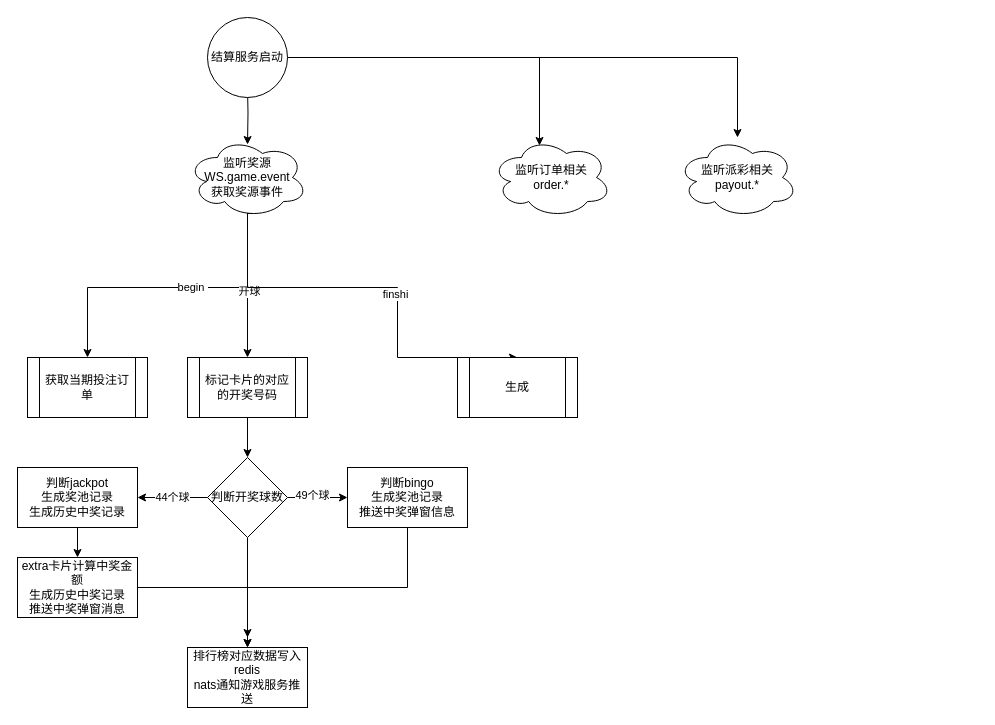
Earlier version of the draw.io diagram page "第 2 页" (2 of 2) of settle_distribute.drawio (bobgo0912/draw). Source tidied: cells renumbered, new cells numbered last; positions are measured from the earlier drawing's top-left corner, leaving out a move shared by most shapes. Both pictures are drawn from the tidied source at 100%, with x=0, y=0 at pixel (17, 17).
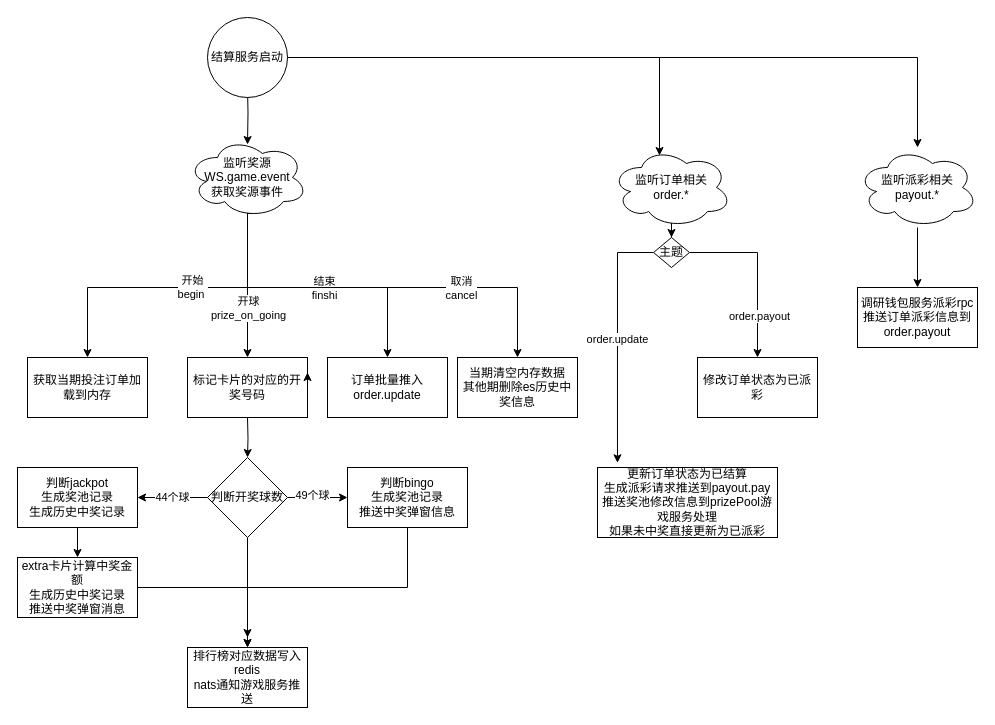
The same diagram, later.

Unchanged cells that the change refers to:
```xml
<mxCell id="3" style="edgeStyle=orthogonalEdgeStyle;rounded=0;jettySize=auto;html=1;entryX=0.5;entryY=0;entryDx=0;entryDy=0;" parent="1" edge="1" source="14" target="7">
  <mxGeometry relative="1" as="geometry" />
</mxCell>
<mxCell id="11" value="结算服务启动" style="ellipse;whiteSpace=wrap;html=1;" parent="1" vertex="1">
  <mxGeometry x="190" width="80" height="80" as="geometry" />
</mxCell>
<mxCell id="14" value="监听奖源&lt;br&gt;WS.game.event&lt;br style=&quot;border-color: var(--border-color);&quot;&gt;获取奖源事件" style="ellipse;shape=cloud;whiteSpace=wrap;html=1;" parent="1" vertex="1">
  <mxGeometry x="170" y="120" width="120" height="80" as="geometry" />
</mxCell>
<mxCell id="20" value="判断开奖球数" style="rhombus;whiteSpace=wrap;html=1;" parent="1" vertex="1">
  <mxGeometry x="190" y="440" width="80" height="80" as="geometry" />
</mxCell>
```

Change to the diagram source:
```diff
@@
-    <mxCell id="2" value="begin&amp;nbsp;" style="edgeStyle=orthogonalEdgeStyle;rounded=0;jettySize=auto;html=1;entryX=0.5;entryY=0;entryDx=0;entryDy=0;exitX=0.55;exitY=0.95;exitDx=0;exitDy=0;exitPerimeter=0;" parent="1" edge="1" source="14" target="5">
+    <mxCell id="2" value="开始&lt;br&gt;begin&amp;nbsp;" style="edgeStyle=orthogonalEdgeStyle;rounded=0;jettySize=auto;html=1;entryX=0.5;entryY=0;entryDx=0;entryDy=0;exitX=0.55;exitY=0.95;exitDx=0;exitDy=0;exitPerimeter=0;" parent="1" edge="1" source="14" target="40">
       <mxGeometry relative="1" as="geometry">
         <Array as="points">
           <mxPoint x="230" y="176" />
           <mxPoint x="230" y="270" />
           <mxPoint x="70" y="270" />
           <mxPoint x="70" y="390" />
         </Array>
       </mxGeometry>
     </mxCell>
@@
-    <mxCell id="4" value="开球" style="edgeLabel;html=1;align=center;verticalAlign=middle;" parent="3" vertex="1">
-      <mxGeometry x="0.04" y="1" relative="1" as="geometry" />
+    <mxCell id="4" value="开球&lt;br&gt;prize_on_going" style="edgeLabel;html=1;align=center;verticalAlign=middle;" parent="3" vertex="1">
+      <mxGeometry x="0.04" y="1" relative="1" as="geometry">
+        <mxPoint x="-1" y="17" as="offset" />
+      </mxGeometry>
     </mxCell>
-    <mxCell id="5" value="获取当期投注订单" style="shape=process;whiteSpace=wrap;html=1;backgroundOutline=1;" parent="1" vertex="1">
-      <mxGeometry x="10" y="340" width="120" height="60" as="geometry" />
-    </mxCell>
-    <mxCell id="6" style="edgeStyle=orthogonalEdgeStyle;rounded=0;jettySize=auto;html=1;" parent="1" edge="1" source="7" target="20">
-      <mxGeometry relative="1" as="geometry" />
+    <mxCell id="6" style="edgeStyle=orthogonalEdgeStyle;rounded=0;jettySize=auto;html=1;" parent="1" edge="1" target="20">
+      <mxGeometry relative="1" as="geometry">
+        <mxPoint x="230" y="400" as="sourcePoint" />
+      </mxGeometry>
     </mxCell>
-    <mxCell id="7" value="标记卡片的对应的开奖号码" style="shape=process;whiteSpace=wrap;html=1;backgroundOutline=1;" parent="1" vertex="1">
-      <mxGeometry x="170" y="340" width="120" height="60" as="geometry" />
-    </mxCell>
@@
     <mxCell id="10" style="edgeStyle=orthogonalEdgeStyle;rounded=0;jettySize=auto;html=1;" parent="1" edge="1" source="11" target="29">
-      <mxGeometry relative="1" as="geometry" />
+      <mxGeometry relative="1" as="geometry">
+        <Array as="points">
+          <mxPoint x="900" y="40" />
+        </Array>
+      </mxGeometry>
     </mxCell>
@@
-    <mxCell id="12" style="edgeStyle=orthogonalEdgeStyle;rounded=0;jettySize=auto;html=1;entryX=0.5;entryY=0;entryDx=0;entryDy=0;" parent="1" edge="1" source="14" target="15">
-      <mxGeometry relative="1" as="geometry">
-        <Array as="points">
-          <mxPoint x="230" y="270" />
-          <mxPoint x="380" y="270" />
-        </Array>
-      </mxGeometry>
-    </mxCell>
-    <mxCell id="13" value="finshi" style="edgeLabel;html=1;align=center;verticalAlign=middle;" parent="12" vertex="1">
-      <mxGeometry x="0.1" y="-3" relative="1" as="geometry" />
-    </mxCell>
+    <mxCell id="30" style="edgeStyle=orthogonalEdgeStyle;rounded=0;jettySize=auto;html=1;" parent="1" edge="1" source="14" target="41">
+      <mxGeometry relative="1" as="geometry">
+        <Array as="points">
+          <mxPoint x="230" y="270" />
+          <mxPoint x="370" y="270" />
+        </Array>
+      </mxGeometry>
+    </mxCell>
+    <mxCell id="31" value="结束&lt;br&gt;finshi" style="edgeLabel;html=1;align=center;verticalAlign=middle;" parent="30" vertex="1">
+      <mxGeometry x="0.04" relative="1" as="geometry" />
+    </mxCell>
+    <mxCell id="32" style="edgeStyle=orthogonalEdgeStyle;rounded=0;jettySize=auto;html=1;" parent="1" edge="1" source="14" target="46">
+      <mxGeometry relative="1" as="geometry">
+        <Array as="points">
+          <mxPoint x="230" y="270" />
+          <mxPoint x="500" y="270" />
+        </Array>
+      </mxGeometry>
+    </mxCell>
+    <mxCell id="33" value="取消&lt;br&gt;cancel" style="edgeLabel;html=1;align=center;verticalAlign=middle;" parent="32" vertex="1">
+      <mxGeometry x="0.38" relative="1" as="geometry" />
+    </mxCell>
@@
-    <mxCell id="15" value="生成" style="shape=process;whiteSpace=wrap;html=1;backgroundOutline=1;" parent="1" vertex="1">
-      <mxGeometry x="440" y="340" width="120" height="60" as="geometry" />
-    </mxCell>
@@
+    <mxCell id="34" style="edgeStyle=orthogonalEdgeStyle;rounded=0;jettySize=auto;html=1;" parent="1" edge="1" source="28" target="39">
+      <mxGeometry relative="1" as="geometry" />
+    </mxCell>
     <mxCell id="28" value="监听订单相关&lt;br&gt;order.*" style="ellipse;shape=cloud;whiteSpace=wrap;html=1;" parent="1" vertex="1">
-      <mxGeometry x="474" y="120" width="120" height="80" as="geometry" />
+      <mxGeometry x="594" y="130" width="120" height="80" as="geometry" />
     </mxCell>
+    <mxCell id="35" style="edgeStyle=orthogonalEdgeStyle;rounded=0;jettySize=auto;html=1;" parent="1" edge="1" source="29" target="44">
+      <mxGeometry relative="1" as="geometry" />
+    </mxCell>
     <mxCell id="29" value="监听派彩相关&lt;br&gt;payout.*" style="ellipse;shape=cloud;whiteSpace=wrap;html=1;" parent="1" vertex="1">
-      <mxGeometry x="660" y="120" width="120" height="80" as="geometry" />
+      <mxGeometry x="840" y="130" width="120" height="80" as="geometry" />
     </mxCell>
+    <mxCell id="36" style="edgeStyle=orthogonalEdgeStyle;rounded=0;jettySize=auto;html=1;" parent="1" edge="1" source="39" target="45">
+      <mxGeometry relative="1" as="geometry" />
+    </mxCell>
+    <mxCell id="37" value="order.payout" style="edgeLabel;html=1;align=center;verticalAlign=middle;" parent="36" vertex="1">
+      <mxGeometry x="0.52" y="1" relative="1" as="geometry" />
+    </mxCell>
+    <mxCell id="38" value="order.update" style="edgeStyle=orthogonalEdgeStyle;rounded=0;jettySize=auto;html=1;entryX=0.111;entryY=-0.067;entryDx=0;entryDy=0;entryPerimeter=0;" parent="1" edge="1" source="39" target="43">
+      <mxGeometry relative="1" as="geometry">
+        <Array as="points">
+          <mxPoint x="600" y="235" />
+        </Array>
+      </mxGeometry>
+    </mxCell>
+    <mxCell id="39" value="主题" style="rhombus;whiteSpace=wrap;html=1;" parent="1" vertex="1">
+      <mxGeometry x="636" y="220" width="36" height="30" as="geometry" />
+    </mxCell>
+    <mxCell id="40" value="获取当期投注订单加载到内存" style="rounded=0;whiteSpace=wrap;html=1;" parent="1" vertex="1">
+      <mxGeometry x="10" y="340" width="120" height="60" as="geometry" />
+    </mxCell>
+    <mxCell id="7" value="标记卡片的对应的开奖号码" style="rounded=0;whiteSpace=wrap;html=1;" parent="1" vertex="1">
+      <mxGeometry x="170" y="340" width="120" height="60" as="geometry" />
+    </mxCell>
+    <mxCell id="41" value="订单批量推入&lt;br style=&quot;border-color: var(--border-color);&quot;&gt;order.update" style="rounded=0;whiteSpace=wrap;html=1;" parent="1" vertex="1">
+      <mxGeometry x="310" y="340" width="120" height="60" as="geometry" />
+    </mxCell>
+    <mxCell id="42" style="edgeStyle=orthogonalEdgeStyle;rounded=0;orthogonalLoop=1;jettySize=auto;html=1;exitX=1;exitY=0.5;exitDx=0;exitDy=0;entryX=1;entryY=0.25;entryDx=0;entryDy=0;" parent="1" edge="1" source="7" target="7">
+      <mxGeometry relative="1" as="geometry" />
+    </mxCell>
+    <mxCell id="43" value="更新订单状态为已结算&lt;br style=&quot;border-color: var(--border-color);&quot;&gt;生成派彩请求推送到payout.pay&lt;br&gt;推送奖池修改信息到prizePool游戏服务处理&lt;br style=&quot;border-color: var(--border-color);&quot;&gt;如果未中奖直接更新为已派彩" style="rounded=0;whiteSpace=wrap;html=1;" parent="1" vertex="1">
+      <mxGeometry x="580" y="450" width="180" height="70" as="geometry" />
+    </mxCell>
+    <mxCell id="44" value="调研钱包服务派彩rpc&lt;br&gt;推送订单派彩信息到order.payout" style="rounded=0;whiteSpace=wrap;html=1;" parent="1" vertex="1">
+      <mxGeometry x="840" y="270" width="120" height="60" as="geometry" />
+    </mxCell>
+    <mxCell id="45" value="修改订单状态为已派彩&lt;br&gt;" style="rounded=0;whiteSpace=wrap;html=1;" parent="1" vertex="1">
+      <mxGeometry x="680" y="340" width="120" height="60" as="geometry" />
+    </mxCell>
+    <mxCell id="46" value="当期清空内存数据&lt;br&gt;其他期删除es历史中奖信息" style="rounded=0;whiteSpace=wrap;html=1;" parent="1" vertex="1">
+      <mxGeometry x="440" y="340" width="120" height="60" as="geometry" />
+    </mxCell>
```
